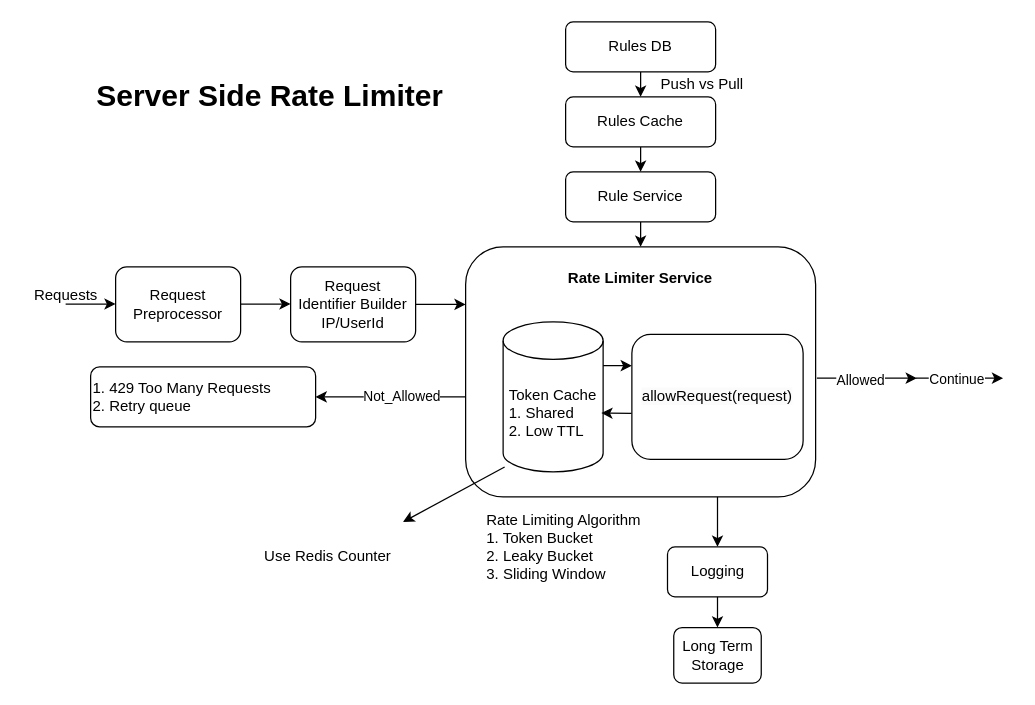
Earlier version of the draw.io diagram 2_RateLimiter.drawio (xwq172677170/SysdDiagram). Source tidied: cells renumbered, new cells numbered last; positions are measured from the earlier drawing's top-left corner, leaving out a move shared by most shapes. Both pictures are drawn from the tidied source at 125%, with x=0, y=0 at pixel (21, 21).
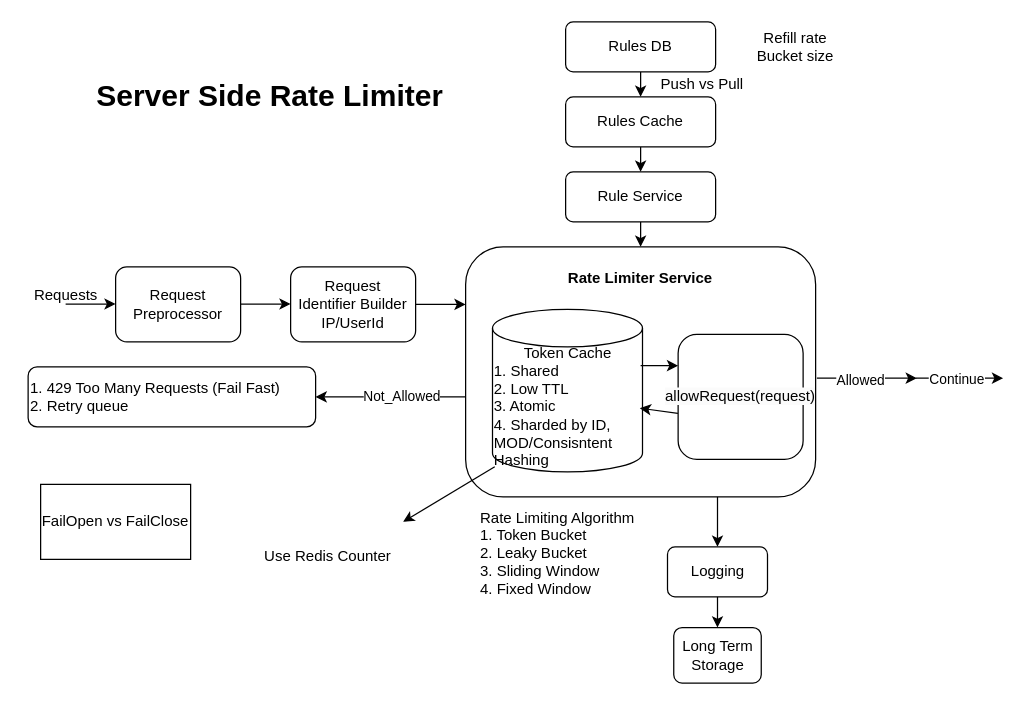
Above is the later version.

The edit, as a diff of the source:
```diff
@@
-    <mxCell id="16" value="&lt;div style=&quot;&quot;&gt;&lt;span style=&quot;background-color: initial;&quot;&gt;Rate Limiting Algorithm&lt;/span&gt;&lt;/div&gt;&lt;div style=&quot;&quot;&gt;&lt;span style=&quot;background-color: initial;&quot;&gt;1. Token Bucket&lt;/span&gt;&lt;/div&gt;&lt;div style=&quot;&quot;&gt;&lt;span style=&quot;background-color: initial;&quot;&gt;2. Leaky Bucket&lt;/span&gt;&lt;/div&gt;&lt;div style=&quot;&quot;&gt;&lt;span style=&quot;background-color: initial;&quot;&gt;3. Sliding Window&lt;/span&gt;&lt;/div&gt;" style="text;html=1;strokeColor=none;fillColor=none;align=left;verticalAlign=middle;whiteSpace=wrap;rounded=0;" parent="1" vertex="1">
-      <mxGeometry x="370" y="390" width="140" height="60" as="geometry" />
+    <mxCell id="16" value="&lt;div style=&quot;&quot;&gt;&lt;span style=&quot;background-color: initial;&quot;&gt;Rate Limiting Algorithm&lt;/span&gt;&lt;/div&gt;&lt;div style=&quot;&quot;&gt;&lt;span style=&quot;background-color: initial;&quot;&gt;1. Token Bucket&lt;/span&gt;&lt;/div&gt;&lt;div style=&quot;&quot;&gt;&lt;span style=&quot;background-color: initial;&quot;&gt;2. Leaky Bucket&lt;/span&gt;&lt;/div&gt;&lt;div style=&quot;&quot;&gt;&lt;span style=&quot;background-color: initial;&quot;&gt;3. Sliding Window&lt;/span&gt;&lt;/div&gt;&lt;div style=&quot;&quot;&gt;&lt;span style=&quot;background-color: initial;&quot;&gt;4. Fixed Window&lt;/span&gt;&lt;/div&gt;" style="text;html=1;strokeColor=none;fillColor=none;align=left;verticalAlign=middle;whiteSpace=wrap;rounded=0;" parent="1" vertex="1">
+      <mxGeometry x="365" y="390" width="145" height="70" as="geometry" />
     </mxCell>
@@
-    <mxCell id="19" value="Token Cache&lt;br&gt;&lt;div style=&quot;text-align: left;&quot;&gt;&lt;span style=&quot;background-color: initial;&quot;&gt;1. Shared&lt;/span&gt;&lt;/div&gt;&lt;div style=&quot;text-align: left;&quot;&gt;&lt;span style=&quot;background-color: initial;&quot;&gt;2. Low TTL&lt;/span&gt;&lt;/div&gt;" style="shape=cylinder3;whiteSpace=wrap;html=1;boundedLbl=1;backgroundOutline=1;size=15;" parent="1" vertex="1">
-      <mxGeometry x="385" y="240" width="80" height="120" as="geometry" />
+    <mxCell id="19" value="Token Cache&lt;br&gt;&lt;div style=&quot;text-align: left;&quot;&gt;&lt;span style=&quot;background-color: initial;&quot;&gt;1. Shared&lt;/span&gt;&lt;/div&gt;&lt;div style=&quot;text-align: left;&quot;&gt;&lt;span style=&quot;background-color: initial;&quot;&gt;2. Low TTL&lt;/span&gt;&lt;/div&gt;&lt;div style=&quot;text-align: left;&quot;&gt;&lt;span style=&quot;background-color: initial;&quot;&gt;3. Atomic&lt;/span&gt;&lt;/div&gt;&lt;div style=&quot;text-align: left;&quot;&gt;&lt;span style=&quot;background-color: initial;&quot;&gt;4. Sharded by ID, MOD/Consisntent Hashing&lt;/span&gt;&lt;/div&gt;" style="shape=cylinder3;whiteSpace=wrap;html=1;boundedLbl=1;backgroundOutline=1;size=15;" parent="1" vertex="1">
+      <mxGeometry x="376.5" y="230" width="120" height="130" as="geometry" />
     </mxCell>
     <mxCell id="20" style="endArrow=classic;html=1;rounded=0;entryX=0;entryY=0.25;entryDx=0;entryDy=0;" parent="1" edge="1" target="21">
       <mxGeometry relative="1" as="geometry">
-        <mxPoint x="465" y="275" as="sourcePoint" />
+        <mxPoint x="495" y="275" as="sourcePoint" />
       </mxGeometry>
     </mxCell>
     <mxCell id="21" value="&lt;span style=&quot;color: rgb(0, 0, 0); font-family: Helvetica; font-size: 12px; font-style: normal; font-variant-ligatures: normal; font-variant-caps: normal; font-weight: 400; letter-spacing: normal; orphans: 2; text-align: left; text-indent: 0px; text-transform: none; widows: 2; word-spacing: 0px; -webkit-text-stroke-width: 0px; background-color: rgb(251, 251, 251); text-decoration-thickness: initial; text-decoration-style: initial; text-decoration-color: initial; float: none; display: inline !important;&quot;&gt;allowRequest(request)&lt;/span&gt;" style="rounded=1;whiteSpace=wrap;html=1;" parent="1" vertex="1">
-      <mxGeometry x="488" y="250" width="137" height="100" as="geometry" />
+      <mxGeometry x="525" y="250" width="100" height="100" as="geometry" />
     </mxCell>
@@
-    <mxCell id="25" value="1. 429 Too Many Requests&lt;br&gt;2. Retry queue" style="rounded=1;whiteSpace=wrap;html=1;align=left;" parent="1" vertex="1">
-      <mxGeometry x="55" y="276" width="180" height="48" as="geometry" />
+    <mxCell id="25" value="1. 429 Too Many Requests (Fail Fast)&lt;br&gt;2. Retry queue" style="rounded=1;whiteSpace=wrap;html=1;align=left;" parent="1" vertex="1">
+      <mxGeometry x="5" y="276" width="230" height="48" as="geometry" />
     </mxCell>
@@
+    <mxCell id="36" value="FailOpen vs FailClose" style="rounded=0;whiteSpace=wrap;html=1;" parent="1" vertex="1">
+      <mxGeometry x="15" y="370" width="120" height="60" as="geometry" />
+    </mxCell>
+    <mxCell id="37" value="Refill rate&lt;div&gt;Bucket size&lt;/div&gt;" style="text;html=1;whiteSpace=wrap;strokeColor=none;fillColor=none;align=center;verticalAlign=middle;rounded=0;" parent="1" vertex="1">
+      <mxGeometry x="575" y="5" width="88" height="30" as="geometry" />
+    </mxCell>
```
